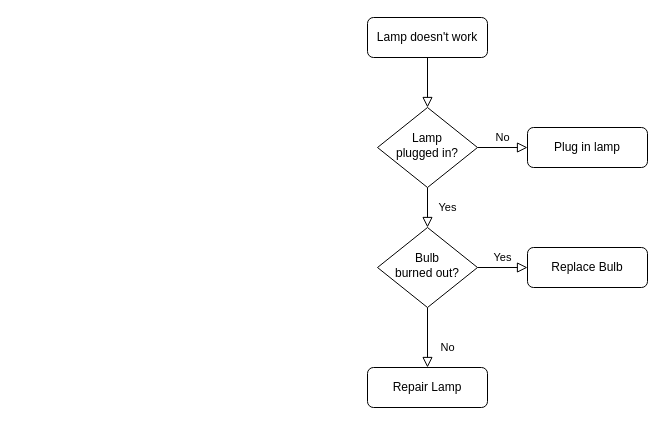
Earlier version of the draw.io diagram Untitled Diagram.drawio (craewu/Helle-World). Source tidied: cells renumbered, new cells numbered last; positions are measured from the earlier drawing's top-left corner, leaving out a move shared by most shapes. Both pictures are drawn from the tidied source at 100%, with x=0, y=0 at pixel (367, 17).
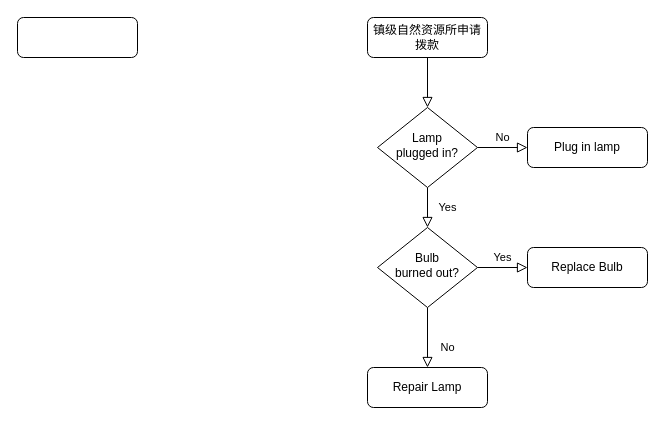
Above is the later version.

What changed in the source:
```diff
@@
 <mxGraphModel>
   <root>
     <mxCell id="0" />
     <mxCell id="1" parent="0" />
     <mxCell id="2" style="rounded=0;html=1;jettySize=auto;fontSize=11;endArrow=block;endFill=0;endSize=8;strokeWidth=1;shadow=0;labelBackgroundColor=none;edgeStyle=orthogonalEdgeStyle;" parent="1" edge="1" source="3" target="6">
       <mxGeometry relative="1" as="geometry" />
     </mxCell>
-    <mxCell id="3" value="Lamp doesn't work" style="rounded=1;whiteSpace=wrap;html=1;fontSize=12;glass=0;strokeWidth=1;shadow=0;" parent="1" vertex="1">
+    <mxCell id="3" value="镇级自然资源所申请拨款" style="rounded=1;whiteSpace=wrap;html=1;fontSize=12;glass=0;strokeWidth=1;shadow=0;" parent="1" vertex="1">
       <mxGeometry width="120" height="40" as="geometry" />
     </mxCell>
     <mxCell id="4" value="Yes" style="rounded=0;html=1;jettySize=auto;fontSize=11;endArrow=block;endFill=0;endSize=8;strokeWidth=1;shadow=0;labelBackgroundColor=none;edgeStyle=orthogonalEdgeStyle;" parent="1" edge="1" source="6" target="10">
       <mxGeometry y="20" relative="1" as="geometry" />
     </mxCell>
     <mxCell id="5" value="No" style="edgeStyle=orthogonalEdgeStyle;rounded=0;html=1;jettySize=auto;fontSize=11;endArrow=block;endFill=0;endSize=8;strokeWidth=1;shadow=0;labelBackgroundColor=none;" parent="1" edge="1" source="6" target="7">
       <mxGeometry y="10" relative="1" as="geometry" />
     </mxCell>
     <mxCell id="6" value="Lamp&lt;br&gt;plugged in?" style="rhombus;whiteSpace=wrap;html=1;shadow=0;fontFamily=Helvetica;fontSize=12;align=center;strokeWidth=1;spacing=6;spacingTop=-4;" parent="1" vertex="1">
       <mxGeometry x="10" y="90" width="100" height="80" as="geometry" />
     </mxCell>
     <mxCell id="7" value="Plug in lamp" style="rounded=1;whiteSpace=wrap;html=1;fontSize=12;glass=0;strokeWidth=1;shadow=0;" parent="1" vertex="1">
       <mxGeometry x="160" y="110" width="120" height="40" as="geometry" />
     </mxCell>
     <mxCell id="8" value="No" style="rounded=0;html=1;jettySize=auto;fontSize=11;endArrow=block;endFill=0;endSize=8;strokeWidth=1;shadow=0;labelBackgroundColor=none;edgeStyle=orthogonalEdgeStyle;" parent="1" edge="1" source="10" target="11">
       <mxGeometry x="0.33" y="20" relative="1" as="geometry" />
     </mxCell>
     <mxCell id="9" value="Yes" style="edgeStyle=orthogonalEdgeStyle;rounded=0;html=1;jettySize=auto;fontSize=11;endArrow=block;endFill=0;endSize=8;strokeWidth=1;shadow=0;labelBackgroundColor=none;" parent="1" edge="1" source="10" target="12">
       <mxGeometry y="10" relative="1" as="geometry" />
     </mxCell>
     <mxCell id="10" value="Bulb&lt;br&gt;burned out?" style="rhombus;whiteSpace=wrap;html=1;shadow=0;fontFamily=Helvetica;fontSize=12;align=center;strokeWidth=1;spacing=6;spacingTop=-4;" parent="1" vertex="1">
       <mxGeometry x="10" y="210" width="100" height="80" as="geometry" />
     </mxCell>
     <mxCell id="11" value="Repair Lamp" style="rounded=1;whiteSpace=wrap;html=1;fontSize=12;glass=0;strokeWidth=1;shadow=0;" parent="1" vertex="1">
       <mxGeometry y="350" width="120" height="40" as="geometry" />
     </mxCell>
     <mxCell id="12" value="Replace Bulb" style="rounded=1;whiteSpace=wrap;html=1;fontSize=12;glass=0;strokeWidth=1;shadow=0;" parent="1" vertex="1">
       <mxGeometry x="160" y="230" width="120" height="40" as="geometry" />
     </mxCell>
+    <mxCell id="13" style="rounded=1;whiteSpace=wrap;html=1;" parent="1" vertex="1">
+      <mxGeometry x="-350" width="120" height="40" as="geometry" />
+    </mxCell>
   </root>
 </mxGraphModel>
```
